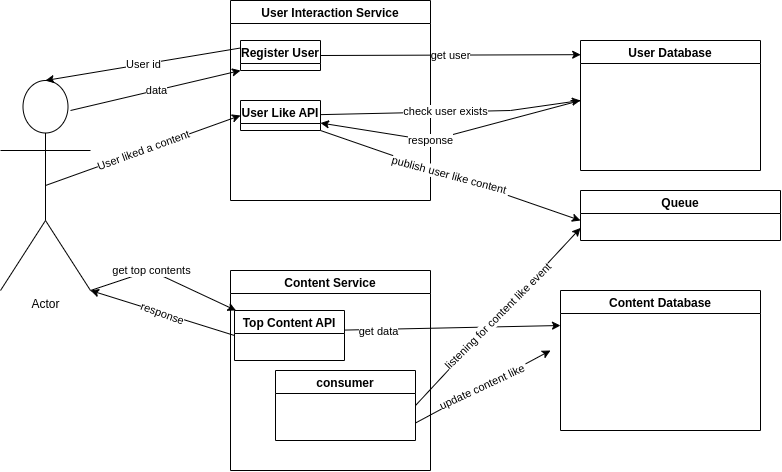
Before: design/HLD_LLD/HLD.png, a diagram exported from draw.io (Ashutosh619-sudo/Pratilipi). Source tidied: cells renumbered, new cells last; positions are measured from the earlier drawing's top-left corner, leaving out a move shared by most shapes. Source of this version:
```xml
<mxGraphModel>
  <root>
    <mxCell id="0" />
    <mxCell id="1" parent="0" />
    <mxCell id="2" value="User Interaction Service" style="swimlane;" parent="1" vertex="1">
      <mxGeometry x="230" width="200" height="200" as="geometry" />
    </mxCell>
    <mxCell id="3" value="Register User" style="swimlane;" parent="2" vertex="1">
      <mxGeometry x="10" y="40" width="80" height="30" as="geometry" />
    </mxCell>
    <mxCell id="4" value="User Like API" style="swimlane;" parent="2" vertex="1">
      <mxGeometry x="10" y="100" width="80" height="30" as="geometry" />
    </mxCell>
    <mxCell id="5" value="Actor" style="shape=umlActor;verticalLabelPosition=bottom;verticalAlign=top;html=1;outlineConnect=0;" parent="1" vertex="1">
      <mxGeometry y="80" width="90" height="210" as="geometry" />
    </mxCell>
    <mxCell id="6" style="endArrow=classic;html=1;rounded=0;entryX=0;entryY=1;entryDx=0;entryDy=0;" parent="1" edge="1" target="3">
      <mxGeometry relative="1" as="geometry">
        <mxPoint x="70" y="110" as="sourcePoint" />
      </mxGeometry>
    </mxCell>
    <mxCell id="7" value="data" style="edgeLabel;html=1;align=center;verticalAlign=middle;" parent="6" vertex="1">
      <mxGeometry relative="1" as="geometry" />
    </mxCell>
    <mxCell id="8" value="User Database" style="swimlane;" parent="1" vertex="1">
      <mxGeometry x="580" y="40" width="180" height="130" as="geometry" />
    </mxCell>
    <mxCell id="9" style="endArrow=classic;html=1;rounded=0;entryX=0.001;entryY=0.109;entryDx=0;entryDy=0;exitX=1;exitY=0.5;exitDx=0;exitDy=0;entryPerimeter=0;" parent="1" edge="1" source="3" target="8">
      <mxGeometry relative="1" as="geometry" />
    </mxCell>
    <mxCell id="10" value="get user" style="edgeLabel;html=1;align=center;verticalAlign=middle;" parent="9" vertex="1">
      <mxGeometry relative="1" as="geometry" />
    </mxCell>
    <mxCell id="11" style="endArrow=classic;html=1;rounded=0;entryX=0.5;entryY=0;entryDx=0;entryDy=0;entryPerimeter=0;exitX=0;exitY=0.25;exitDx=0;exitDy=0;" parent="1" edge="1" source="3" target="5">
      <mxGeometry relative="1" as="geometry" />
    </mxCell>
    <mxCell id="12" value="User id" style="edgeLabel;html=1;align=center;verticalAlign=middle;" parent="11" vertex="1">
      <mxGeometry relative="1" as="geometry" />
    </mxCell>
    <mxCell id="13" style="endArrow=classic;html=1;rounded=0;entryX=0;entryY=0.5;entryDx=0;entryDy=0;exitX=0.5;exitY=0.5;exitDx=0;exitDy=0;exitPerimeter=0;" parent="1" edge="1" source="5" target="4">
      <mxGeometry relative="1" as="geometry" />
    </mxCell>
    <mxCell id="14" value="User liked a content" style="edgeLabel;html=1;align=center;verticalAlign=middle;rotation=-20;" parent="13" vertex="1">
      <mxGeometry relative="1" as="geometry" />
    </mxCell>
    <mxCell id="15" style="endArrow=classic;html=1;rounded=0;" parent="1" edge="1" source="4">
      <mxGeometry relative="1" as="geometry">
        <mxPoint x="580" y="100" as="targetPoint" />
        <Array as="points">
          <mxPoint x="510" y="110" />
        </Array>
      </mxGeometry>
    </mxCell>
    <mxCell id="16" value="check user exists" style="edgeLabel;html=1;align=center;verticalAlign=middle;" parent="15" vertex="1">
      <mxGeometry relative="1" as="geometry">
        <mxPoint x="-5" y="-1" as="offset" />
      </mxGeometry>
    </mxCell>
    <mxCell id="17" value="Queue" style="swimlane;" parent="1" vertex="1">
      <mxGeometry x="580" y="190" width="200" height="50" as="geometry" />
    </mxCell>
    <mxCell id="18" style="endArrow=classic;html=1;rounded=0;entryX=1;entryY=0.75;entryDx=0;entryDy=0;" parent="1" edge="1" target="4">
      <mxGeometry relative="1" as="geometry">
        <mxPoint x="570" y="100" as="sourcePoint" />
        <Array as="points">
          <mxPoint x="580" y="100" />
          <mxPoint x="430" y="140" />
        </Array>
      </mxGeometry>
    </mxCell>
    <mxCell id="19" value="response" style="edgeLabel;html=1;align=center;verticalAlign=middle;" parent="18" vertex="1">
      <mxGeometry relative="1" as="geometry">
        <mxPoint x="-26" y="7" as="offset" />
      </mxGeometry>
    </mxCell>
    <mxCell id="20" style="endArrow=classic;html=1;rounded=0;exitX=1;exitY=1;exitDx=0;exitDy=0;" parent="1" edge="1" source="4">
      <mxGeometry relative="1" as="geometry">
        <mxPoint x="580" y="220" as="targetPoint" />
      </mxGeometry>
    </mxCell>
    <mxCell id="21" value="publish user like content&amp;nbsp;" style="edgeLabel;html=1;align=center;verticalAlign=middle;rotation=15;" parent="20" vertex="1">
      <mxGeometry relative="1" as="geometry" />
    </mxCell>
    <mxCell id="22" value="Content Service" style="swimlane;" parent="1" vertex="1">
      <mxGeometry x="230" y="270" width="200" height="200" as="geometry" />
    </mxCell>
    <mxCell id="23" value="Top Content API" style="swimlane;" parent="22" vertex="1">
      <mxGeometry x="4" y="40" width="110" height="50" as="geometry" />
    </mxCell>
    <mxCell id="24" style="endArrow=classic;html=1;rounded=0;entryX=0;entryY=0.25;entryDx=0;entryDy=0;" parent="22" edge="1" target="29">
      <mxGeometry relative="1" as="geometry">
        <mxPoint x="114" y="59.6" as="sourcePoint" />
      </mxGeometry>
    </mxCell>
    <mxCell id="25" value="get data" style="edgeLabel;html=1;align=center;verticalAlign=middle;rotation=0;" parent="24" vertex="1">
      <mxGeometry relative="1" as="geometry">
        <mxPoint x="-75" y="3" as="offset" />
      </mxGeometry>
    </mxCell>
    <mxCell id="26" value="consumer" style="swimlane;" parent="22" vertex="1">
      <mxGeometry x="45" y="100" width="140" height="70" as="geometry" />
    </mxCell>
    <mxCell id="27" style="endArrow=classic;html=1;rounded=0;exitX=1;exitY=1;exitDx=0;exitDy=0;exitPerimeter=0;" parent="1" edge="1" source="5" target="23">
      <mxGeometry relative="1" as="geometry">
        <Array as="points">
          <mxPoint x="150" y="270" />
        </Array>
      </mxGeometry>
    </mxCell>
    <mxCell id="28" value="get top contents" style="edgeLabel;html=1;align=center;verticalAlign=middle;rotation=0;" parent="27" vertex="1">
      <mxGeometry relative="1" as="geometry">
        <mxPoint x="-14" y="-7" as="offset" />
      </mxGeometry>
    </mxCell>
    <mxCell id="29" value="Content Database" style="swimlane;" parent="1" vertex="1">
      <mxGeometry x="560" y="290" width="200" height="140" as="geometry" />
    </mxCell>
    <mxCell id="30" style="endArrow=classic;html=1;rounded=0;entryX=1;entryY=1;entryDx=0;entryDy=0;entryPerimeter=0;exitX=0;exitY=0.5;exitDx=0;exitDy=0;" parent="1" edge="1" source="23" target="5">
      <mxGeometry relative="1" as="geometry" />
    </mxCell>
    <mxCell id="31" value="response" style="edgeLabel;html=1;align=center;verticalAlign=middle;rotation=20;" parent="30" vertex="1">
      <mxGeometry relative="1" as="geometry" />
    </mxCell>
    <mxCell id="32" style="endArrow=classic;html=1;rounded=0;entryX=0;entryY=0.75;entryDx=0;entryDy=0;exitX=1;exitY=0.5;exitDx=0;exitDy=0;" parent="1" edge="1" source="26" target="17">
      <mxGeometry relative="1" as="geometry" />
    </mxCell>
    <mxCell id="33" value="listening for content like event" style="edgeLabel;html=1;align=center;verticalAlign=middle;rotation=-45;" parent="32" vertex="1">
      <mxGeometry relative="1" as="geometry" />
    </mxCell>
    <mxCell id="34" style="endArrow=classic;html=1;rounded=0;exitX=1;exitY=0.75;exitDx=0;exitDy=0;" parent="1" edge="1" source="26">
      <mxGeometry relative="1" as="geometry">
        <mxPoint x="550" y="350" as="targetPoint" />
      </mxGeometry>
    </mxCell>
    <mxCell id="35" value="update content like&amp;nbsp;" style="edgeLabel;html=1;align=center;verticalAlign=middle;rotation=-25;" parent="34" vertex="1">
      <mxGeometry relative="1" as="geometry" />
    </mxCell>
  </root>
</mxGraphModel>
```
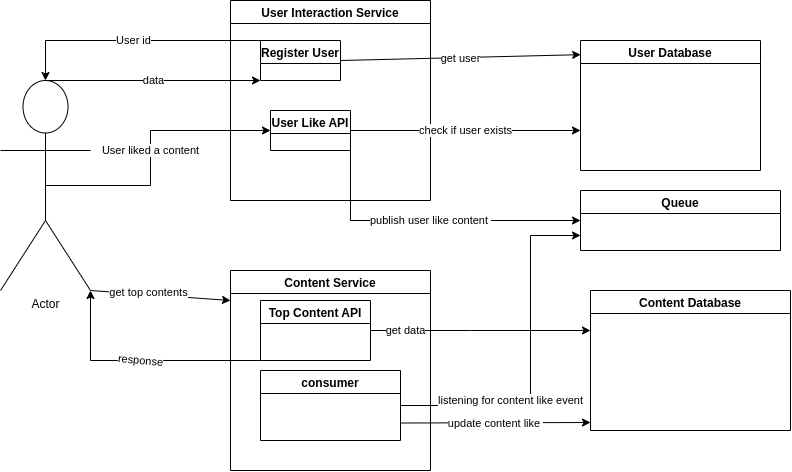
After the change.

The edit, as a diff of the source:
```diff
@@ -6,18 +6,16 @@
       <mxGeometry x="230" width="200" height="200" as="geometry" />
     </mxCell>
     <mxCell id="3" value="Register User" style="swimlane;" parent="2" vertex="1">
-      <mxGeometry x="10" y="40" width="80" height="30" as="geometry" />
+      <mxGeometry x="30" y="40" width="80" height="40" as="geometry" />
     </mxCell>
     <mxCell id="4" value="User Like API" style="swimlane;" parent="2" vertex="1">
-      <mxGeometry x="10" y="100" width="80" height="30" as="geometry" />
+      <mxGeometry x="40" y="110" width="80" height="40" as="geometry" />
     </mxCell>
     <mxCell id="5" value="Actor" style="shape=umlActor;verticalLabelPosition=bottom;verticalAlign=top;html=1;outlineConnect=0;" parent="1" vertex="1">
       <mxGeometry y="80" width="90" height="210" as="geometry" />
     </mxCell>
-    <mxCell id="6" style="endArrow=classic;html=1;rounded=0;entryX=0;entryY=1;entryDx=0;entryDy=0;" parent="1" edge="1" target="3">
-      <mxGeometry relative="1" as="geometry">
-        <mxPoint x="70" y="110" as="sourcePoint" />
-      </mxGeometry>
+    <mxCell id="6" style="endArrow=classic;html=1;rounded=0;entryX=0;entryY=1;entryDx=0;entryDy=0;exitX=0.5;exitY=0;exitDx=0;exitDy=0;exitPerimeter=0;" parent="1" edge="1" source="5" target="3">
+      <mxGeometry relative="1" as="geometry" />
     </mxCell>
     <mxCell id="7" value="data" style="edgeLabel;html=1;align=center;verticalAlign=middle;" parent="6" vertex="1">
       <mxGeometry relative="1" as="geometry" />
@@ -31,109 +29,114 @@
     <mxCell id="10" value="get user" style="edgeLabel;html=1;align=center;verticalAlign=middle;" parent="9" vertex="1">
       <mxGeometry relative="1" as="geometry" />
     </mxCell>
-    <mxCell id="11" style="endArrow=classic;html=1;rounded=0;entryX=0.5;entryY=0;entryDx=0;entryDy=0;entryPerimeter=0;exitX=0;exitY=0.25;exitDx=0;exitDy=0;" parent="1" edge="1" source="3" target="5">
-      <mxGeometry relative="1" as="geometry" />
+    <mxCell id="11" style="endArrow=classic;html=1;rounded=0;entryX=0.5;entryY=0;entryDx=0;entryDy=0;entryPerimeter=0;exitX=0;exitY=0;exitDx=0;exitDy=0;" parent="1" edge="1" source="3" target="5">
+      <mxGeometry relative="1" as="geometry">
+        <Array as="points">
+          <mxPoint x="45" y="40" />
+        </Array>
+      </mxGeometry>
     </mxCell>
     <mxCell id="12" value="User id" style="edgeLabel;html=1;align=center;verticalAlign=middle;" parent="11" vertex="1">
       <mxGeometry relative="1" as="geometry" />
     </mxCell>
-    <mxCell id="13" style="endArrow=classic;html=1;rounded=0;entryX=0;entryY=0.5;entryDx=0;entryDy=0;exitX=0.5;exitY=0.5;exitDx=0;exitDy=0;exitPerimeter=0;" parent="1" edge="1" source="5" target="4">
-      <mxGeometry relative="1" as="geometry" />
+    <mxCell id="13" style="endArrow=classic;html=1;rounded=0;exitX=0.5;exitY=0.5;exitDx=0;exitDy=0;exitPerimeter=0;entryX=0;entryY=0.5;entryDx=0;entryDy=0;" parent="1" edge="1" source="5" target="4">
+      <mxGeometry relative="1" as="geometry">
+        <Array as="points">
+          <mxPoint x="150" y="185" />
+          <mxPoint x="150" y="130" />
+        </Array>
+      </mxGeometry>
     </mxCell>
-    <mxCell id="14" value="User liked a content" style="edgeLabel;html=1;align=center;verticalAlign=middle;rotation=-20;" parent="13" vertex="1">
+    <mxCell id="14" value="User liked a content" style="edgeLabel;html=1;align=center;verticalAlign=middle;rotation=0;" parent="13" vertex="1">
       <mxGeometry relative="1" as="geometry" />
     </mxCell>
-    <mxCell id="15" style="endArrow=classic;html=1;rounded=0;" parent="1" edge="1" source="4">
-      <mxGeometry relative="1" as="geometry">
-        <mxPoint x="580" y="100" as="targetPoint" />
-        <Array as="points">
-          <mxPoint x="510" y="110" />
-        </Array>
-      </mxGeometry>
-    </mxCell>
-    <mxCell id="16" value="check user exists" style="edgeLabel;html=1;align=center;verticalAlign=middle;" parent="15" vertex="1">
-      <mxGeometry relative="1" as="geometry">
-        <mxPoint x="-5" y="-1" as="offset" />
-      </mxGeometry>
-    </mxCell>
     <mxCell id="17" value="Queue" style="swimlane;" parent="1" vertex="1">
-      <mxGeometry x="580" y="190" width="200" height="50" as="geometry" />
+      <mxGeometry x="580" y="190" width="200" height="60" as="geometry" />
     </mxCell>
-    <mxCell id="18" style="endArrow=classic;html=1;rounded=0;entryX=1;entryY=0.75;entryDx=0;entryDy=0;" parent="1" edge="1" target="4">
-      <mxGeometry relative="1" as="geometry">
-        <mxPoint x="570" y="100" as="sourcePoint" />
-        <Array as="points">
-          <mxPoint x="580" y="100" />
-          <mxPoint x="430" y="140" />
-        </Array>
-      </mxGeometry>
-    </mxCell>
-    <mxCell id="19" value="response" style="edgeLabel;html=1;align=center;verticalAlign=middle;" parent="18" vertex="1">
-      <mxGeometry relative="1" as="geometry">
-        <mxPoint x="-26" y="7" as="offset" />
-      </mxGeometry>
-    </mxCell>
     <mxCell id="20" style="endArrow=classic;html=1;rounded=0;exitX=1;exitY=1;exitDx=0;exitDy=0;" parent="1" edge="1" source="4">
       <mxGeometry relative="1" as="geometry">
         <mxPoint x="580" y="220" as="targetPoint" />
+        <Array as="points">
+          <mxPoint x="350" y="220" />
+        </Array>
       </mxGeometry>
     </mxCell>
-    <mxCell id="21" value="publish user like content&amp;nbsp;" style="edgeLabel;html=1;align=center;verticalAlign=middle;rotation=15;" parent="20" vertex="1">
+    <mxCell id="21" value="publish user like content&amp;nbsp;" style="edgeLabel;html=1;align=center;verticalAlign=middle;rotation=0;" parent="20" vertex="1">
       <mxGeometry relative="1" as="geometry" />
     </mxCell>
     <mxCell id="22" value="Content Service" style="swimlane;" parent="1" vertex="1">
       <mxGeometry x="230" y="270" width="200" height="200" as="geometry" />
     </mxCell>
     <mxCell id="23" value="Top Content API" style="swimlane;" parent="22" vertex="1">
-      <mxGeometry x="4" y="40" width="110" height="50" as="geometry" />
+      <mxGeometry x="30" y="30" width="110" height="60" as="geometry" />
     </mxCell>
-    <mxCell id="24" style="endArrow=classic;html=1;rounded=0;entryX=0;entryY=0.25;entryDx=0;entryDy=0;" parent="22" edge="1" target="29">
-      <mxGeometry relative="1" as="geometry">
-        <mxPoint x="114" y="59.6" as="sourcePoint" />
-      </mxGeometry>
-    </mxCell>
-    <mxCell id="25" value="get data" style="edgeLabel;html=1;align=center;verticalAlign=middle;rotation=0;" parent="24" vertex="1">
-      <mxGeometry relative="1" as="geometry">
-        <mxPoint x="-75" y="3" as="offset" />
-      </mxGeometry>
-    </mxCell>
     <mxCell id="26" value="consumer" style="swimlane;" parent="22" vertex="1">
-      <mxGeometry x="45" y="100" width="140" height="70" as="geometry" />
+      <mxGeometry x="30" y="100" width="140" height="70" as="geometry" />
     </mxCell>
-    <mxCell id="27" style="endArrow=classic;html=1;rounded=0;exitX=1;exitY=1;exitDx=0;exitDy=0;exitPerimeter=0;" parent="1" edge="1" source="5" target="23">
+    <mxCell id="27" style="endArrow=classic;html=1;rounded=0;exitX=1;exitY=1;exitDx=0;exitDy=0;exitPerimeter=0;" parent="1" edge="1" source="5">
       <mxGeometry relative="1" as="geometry">
-        <Array as="points">
-          <mxPoint x="150" y="270" />
-        </Array>
+        <mxPoint x="230" y="300" as="targetPoint" />
       </mxGeometry>
     </mxCell>
     <mxCell id="28" value="get top contents" style="edgeLabel;html=1;align=center;verticalAlign=middle;rotation=0;" parent="27" vertex="1">
       <mxGeometry relative="1" as="geometry">
-        <mxPoint x="-14" y="-7" as="offset" />
+        <mxPoint x="-12" y="-3" as="offset" />
       </mxGeometry>
     </mxCell>
     <mxCell id="29" value="Content Database" style="swimlane;" parent="1" vertex="1">
-      <mxGeometry x="560" y="290" width="200" height="140" as="geometry" />
+      <mxGeometry x="590" y="290" width="200" height="140" as="geometry" />
     </mxCell>
-    <mxCell id="30" style="endArrow=classic;html=1;rounded=0;entryX=1;entryY=1;entryDx=0;entryDy=0;entryPerimeter=0;exitX=0;exitY=0.5;exitDx=0;exitDy=0;" parent="1" edge="1" source="23" target="5">
-      <mxGeometry relative="1" as="geometry" />
+    <mxCell id="30" style="endArrow=classic;html=1;rounded=0;entryX=1;entryY=1;entryDx=0;entryDy=0;entryPerimeter=0;exitX=0;exitY=1;exitDx=0;exitDy=0;" parent="1" edge="1" source="23" target="5">
+      <mxGeometry relative="1" as="geometry">
+        <Array as="points">
+          <mxPoint x="90" y="360" />
+        </Array>
+      </mxGeometry>
     </mxCell>
-    <mxCell id="31" value="response" style="edgeLabel;html=1;align=center;verticalAlign=middle;rotation=20;" parent="30" vertex="1">
+    <mxCell id="31" value="response" style="edgeLabel;html=1;align=center;verticalAlign=middle;rotation=5;" parent="30" vertex="1">
       <mxGeometry relative="1" as="geometry" />
     </mxCell>
     <mxCell id="32" style="endArrow=classic;html=1;rounded=0;entryX=0;entryY=0.75;entryDx=0;entryDy=0;exitX=1;exitY=0.5;exitDx=0;exitDy=0;" parent="1" edge="1" source="26" target="17">
-      <mxGeometry relative="1" as="geometry" />
+      <mxGeometry relative="1" as="geometry">
+        <Array as="points">
+          <mxPoint x="530" y="405" />
+          <mxPoint x="530" y="235" />
+        </Array>
+      </mxGeometry>
     </mxCell>
-    <mxCell id="33" value="listening for content like event" style="edgeLabel;html=1;align=center;verticalAlign=middle;rotation=-45;" parent="32" vertex="1">
-      <mxGeometry relative="1" as="geometry" />
+    <mxCell id="33" value="listening for content like event" style="edgeLabel;html=1;align=center;verticalAlign=middle;rotation=0;" parent="32" vertex="1">
+      <mxGeometry relative="1" as="geometry">
+        <mxPoint x="-20" y="40" as="offset" />
+      </mxGeometry>
     </mxCell>
     <mxCell id="34" style="endArrow=classic;html=1;rounded=0;exitX=1;exitY=0.75;exitDx=0;exitDy=0;" parent="1" edge="1" source="26">
       <mxGeometry relative="1" as="geometry">
-        <mxPoint x="550" y="350" as="targetPoint" />
+        <mxPoint x="590" y="422" as="targetPoint" />
       </mxGeometry>
     </mxCell>
-    <mxCell id="35" value="update content like&amp;nbsp;" style="edgeLabel;html=1;align=center;verticalAlign=middle;rotation=-25;" parent="34" vertex="1">
+    <mxCell id="35" value="update content like&amp;nbsp;" style="edgeLabel;html=1;align=center;verticalAlign=middle;rotation=0;" parent="34" vertex="1">
       <mxGeometry relative="1" as="geometry" />
     </mxCell>
+    <mxCell id="36" style="endArrow=classic;html=1;rounded=0;exitX=1;exitY=0.5;exitDx=0;exitDy=0;" parent="1" edge="1" source="4">
+      <mxGeometry relative="1" as="geometry">
+        <mxPoint x="580" y="130" as="targetPoint" />
+      </mxGeometry>
+    </mxCell>
+    <mxCell id="37" value="check if user exists" style="edgeLabel;html=1;align=center;verticalAlign=middle;" parent="36" vertex="1">
+      <mxGeometry relative="1" as="geometry" />
+    </mxCell>
+    <mxCell id="24" style="endArrow=classic;html=1;rounded=0;exitX=1;exitY=0.5;exitDx=0;exitDy=0;" parent="1" edge="1" source="23">
+      <mxGeometry relative="1" as="geometry">
+        <mxPoint x="590" y="330" as="targetPoint" />
+        <Array as="points">
+          <mxPoint x="470" y="330" />
+        </Array>
+      </mxGeometry>
+    </mxCell>
+    <mxCell id="25" value="get data" style="edgeLabel;html=1;align=center;verticalAlign=middle;rotation=0;" parent="24" vertex="1">
+      <mxGeometry relative="1" as="geometry">
+        <mxPoint x="-75" as="offset" />
+      </mxGeometry>
+    </mxCell>
   </root>
 </mxGraphModel>
```
